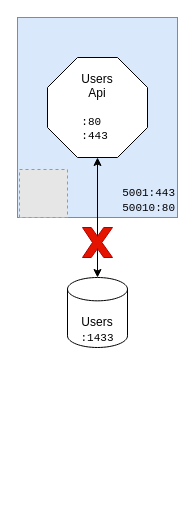
Before: assets/readme/services.drawio in Thijs5/dotnet-microservices, a draw.io diagram. Source tidied: cells renumbered, new cells numbered last; positions are measured from the earlier drawing's top-left corner, leaving out a move shared by most shapes. Both pictures are drawn from the tidied source at 100%, with x=0, y=0 at pixel (17, 17). Pictures stored in the file or linked from it are replaced by grey dashed boxes.
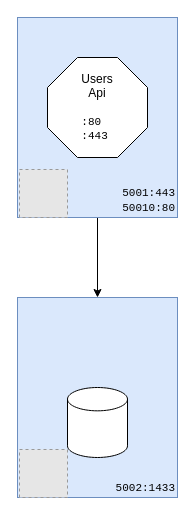
After the change.

What changed in the source:
```diff
@@
 <mxGraphModel>
   <root>
     <mxCell id="0" />
     <mxCell id="1" parent="0" />
+    <mxCell id="8" value="&lt;div&gt;&lt;font style=&quot;font-size: 11px&quot; face=&quot;Courier New&quot;&gt;5002:1433&lt;/font&gt;&lt;br&gt;&lt;/div&gt;" style="rounded=0;whiteSpace=wrap;html=1;strokeWidth=1;verticalAlign=bottom;fillColor=#dae8fc;strokeColor=#6c8ebf;align=right;" parent="1" vertex="1">
+      <mxGeometry y="280" width="160" height="200" as="geometry" />
+    </mxCell>
+    <mxCell id="9" style="edgeStyle=orthogonalEdgeStyle;rounded=0;jettySize=auto;html=1;exitX=0.5;exitY=1;exitDx=0;exitDy=0;entryX=0.5;entryY=0;entryDx=0;entryDy=0;startArrow=none;startFill=0;" parent="1" edge="1" source="2" target="8">
+      <mxGeometry relative="1" as="geometry" />
+    </mxCell>
     <mxCell id="2" value="&lt;div&gt;&lt;font style=&quot;font-size: 11px&quot; face=&quot;Courier New&quot;&gt;5001:443&lt;/font&gt;&lt;br&gt;&lt;font style=&quot;font-size: 11px&quot; face=&quot;Courier New&quot;&gt;50010:80&lt;/font&gt;&lt;br&gt;&lt;/div&gt;" style="rounded=0;whiteSpace=wrap;html=1;strokeWidth=1;verticalAlign=bottom;fillColor=#dae8fc;strokeColor=#6c8ebf;align=right;" parent="1" vertex="1">
       <mxGeometry width="160" height="200" as="geometry" />
     </mxCell>
-    <mxCell id="3" style="edgeStyle=orthogonalEdgeStyle;rounded=0;jettySize=auto;html=1;exitX=0.5;exitY=1;exitDx=0;exitDy=0;exitPerimeter=0;entryX=0.5;entryY=0;entryDx=0;entryDy=0;entryPerimeter=0;startArrow=classic;startFill=1;" parent="1" edge="1" source="4" target="5">
-      <mxGeometry relative="1" as="geometry" />
-    </mxCell>
     <mxCell id="4" value="Users&lt;br&gt;Api&lt;br&gt;&lt;br&gt;&lt;div style=&quot;font-size: 11px&quot; align=&quot;left&quot;&gt;&lt;font style=&quot;font-size: 11px&quot; face=&quot;Courier New&quot;&gt;:80&lt;/font&gt;&lt;br&gt;&lt;font style=&quot;font-size: 11px&quot; face=&quot;Courier New&quot;&gt;:443&lt;/font&gt;&lt;/div&gt;" style="whiteSpace=wrap;html=1;shape=mxgraph.basic.octagon2;align=center;verticalAlign=middle;dx=15;" parent="1" vertex="1">
       <mxGeometry x="30" y="40" width="100" height="100" as="geometry" />
     </mxCell>
-    <mxCell id="5" value="Users&lt;br&gt;&lt;font style=&quot;font-size: 11px&quot; face=&quot;Courier New&quot;&gt;:1433&lt;/font&gt;" style="strokeWidth=1;html=1;shape=mxgraph.flowchart.database;whiteSpace=wrap;verticalAlign=bottom;" parent="1" vertex="1">
-      <mxGeometry x="50" y="260" width="60" height="70" as="geometry" />
+    <mxCell id="5" style="strokeWidth=1;html=1;shape=mxgraph.flowchart.database;whiteSpace=wrap;verticalAlign=bottom;" parent="1" vertex="1">
+      <mxGeometry x="50" y="370" width="60" height="70" as="geometry" />
     </mxCell>
     <mxCell id="6" style="fillColor=#E6E6E6;strokeColor=#999999;dashed=1;html=1;verticalAlign=top;verticalLabelPosition=bottom;labelBackgroundColor=#ffffff;" parent="1" vertex="1">
       <mxGeometry x="2" y="152" width="48" height="48" as="geometry" />
     </mxCell>
-    <mxCell id="7" style="verticalLabelPosition=bottom;verticalAlign=top;html=1;shape=mxgraph.basic.x;strokeWidth=1;fillColor=#e51400;strokeColor=#B20000;fontColor=#ffffff;" parent="1" vertex="1">
-      <mxGeometry x="65" y="210" width="30" height="30" as="geometry" />
-    </mxCell>
+    <mxCell id="10" style="fillColor=#E6E6E6;strokeColor=#999999;dashed=1;html=1;verticalAlign=top;verticalLabelPosition=bottom;labelBackgroundColor=#ffffff;" parent="1" vertex="1">
+      <mxGeometry x="2" y="432" width="48" height="48" as="geometry" />
+    </mxCell>
   </root>
 </mxGraphModel>
```
